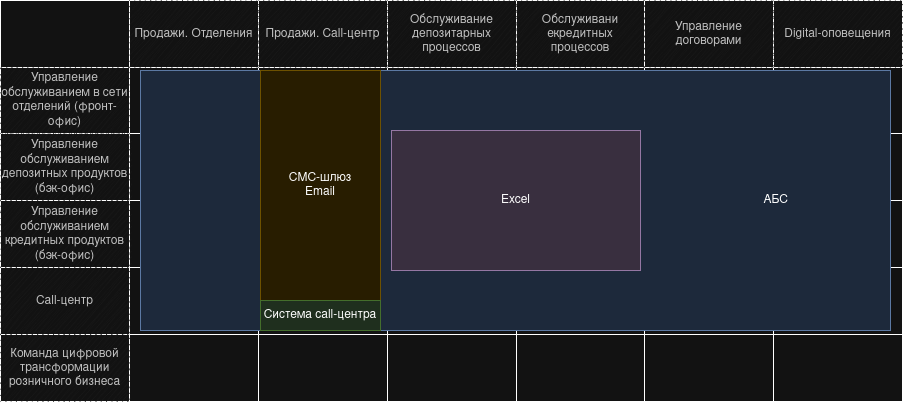
Earlier version of the draw.io export Exc1/it_landscape_map.drawio.png (frolmr/architecture-sprint-9). Source tidied: cells renumbered, new cells last; positions are measured from the earlier drawing's top-left corner, leaving out a move shared by most shapes.
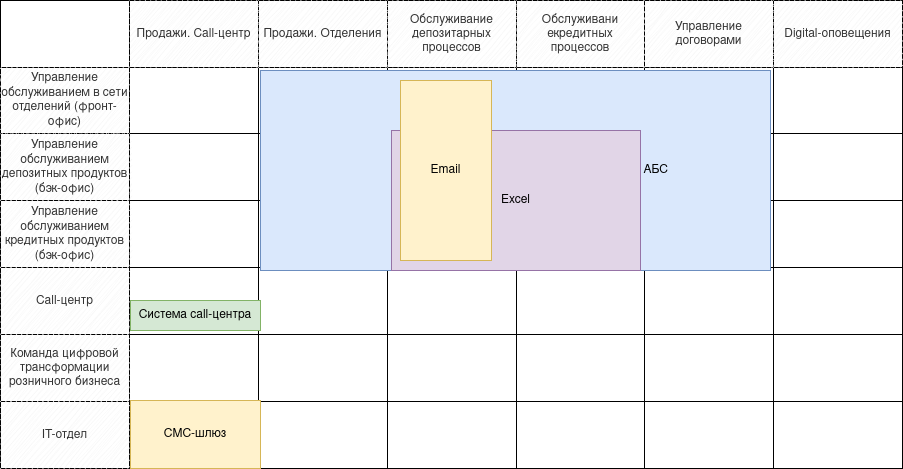
The same diagram one commit later.

Diff of the diagram source:
```diff
@@ -3,7 +3,7 @@
     <mxCell id="0" />
     <mxCell id="1" parent="0" />
     <mxCell id="2" style="shape=table;startSize=0;fontSize=12;align=center;" parent="1" vertex="1">
-      <mxGeometry width="902" height="401" as="geometry" />
+      <mxGeometry width="902" height="468" as="geometry" />
     </mxCell>
     <mxCell id="3" style="shape=tableRow;horizontal=0;startSize=0;swimlaneHead=0;swimlaneBody=0;strokeColor=inherit;top=0;left=0;bottom=0;right=0;fillColor=none;fontSize=12;" parent="2" vertex="1">
       <mxGeometry width="902" height="67" as="geometry" />
@@ -11,10 +11,10 @@
     <mxCell id="4" style="shape=partialRectangle;html=1;whiteSpace=wrap;strokeColor=inherit;overflow=hidden;fillColor=none;top=0;left=0;bottom=0;right=0;fontSize=12;" parent="3" vertex="1">
       <mxGeometry width="129" height="67" as="geometry" />
     </mxCell>
-    <mxCell id="5" value="Продажи. Отделения" style="shape=partialRectangle;html=1;whiteSpace=wrap;strokeColor=#666666;overflow=hidden;fillColor=#f5f5f5;top=0;left=0;bottom=0;right=0;fontSize=12;fontColor=#333333;sketch=1;curveFitting=1;jiggle=2;" parent="3" vertex="1">
+    <mxCell id="5" value="&lt;div&gt;Продажи. Call-центр&lt;/div&gt;" style="shape=partialRectangle;html=1;whiteSpace=wrap;strokeColor=#666666;overflow=hidden;fillColor=#f5f5f5;top=0;left=0;bottom=0;right=0;fontSize=12;fontColor=#333333;sketch=1;curveFitting=1;jiggle=2;" parent="3" vertex="1">
       <mxGeometry x="129" width="129" height="67" as="geometry" />
     </mxCell>
-    <mxCell id="6" value="Продажи. Call-центр" style="shape=partialRectangle;html=1;whiteSpace=wrap;strokeColor=#666666;overflow=hidden;fillColor=#f5f5f5;top=0;left=0;bottom=0;right=0;fontSize=12;fontColor=#333333;sketch=1;curveFitting=1;jiggle=2;" parent="3" vertex="1">
+    <mxCell id="6" value="Продажи. Отделения" style="shape=partialRectangle;html=1;whiteSpace=wrap;strokeColor=#666666;overflow=hidden;fillColor=#f5f5f5;top=0;left=0;bottom=0;right=0;fontSize=12;fontColor=#333333;sketch=1;curveFitting=1;jiggle=2;" parent="3" vertex="1">
       <mxGeometry x="258" width="129" height="67" as="geometry" />
     </mxCell>
     <mxCell id="7" value="Обслуживание депозитарных процессов" style="shape=partialRectangle;html=1;whiteSpace=wrap;strokeColor=#666666;overflow=hidden;fillColor=#f5f5f5;top=0;left=0;bottom=0;right=0;fontSize=12;fontColor=#333333;sketch=1;curveFitting=1;jiggle=2;" parent="3" vertex="1">
@@ -149,17 +149,44 @@
     <mxCell id="50" style="shape=partialRectangle;html=1;whiteSpace=wrap;strokeColor=inherit;overflow=hidden;fillColor=none;top=0;left=0;bottom=0;right=0;fontSize=12;" parent="43" vertex="1">
       <mxGeometry x="773" width="129" height="67" as="geometry" />
     </mxCell>
+    <mxCell id="55" style="shape=tableRow;horizontal=0;startSize=0;swimlaneHead=0;swimlaneBody=0;strokeColor=inherit;top=0;left=0;bottom=0;right=0;fillColor=none;fontSize=12;" parent="2" vertex="1">
+      <mxGeometry y="401" width="902" height="67" as="geometry" />
+    </mxCell>
+    <mxCell id="56" value="IT-отдел" style="shape=partialRectangle;html=1;whiteSpace=wrap;strokeColor=#666666;overflow=hidden;fillColor=#f5f5f5;top=0;left=0;bottom=0;right=0;fontSize=12;fontColor=#333333;sketch=1;curveFitting=1;jiggle=2;" parent="55" vertex="1">
+      <mxGeometry width="129" height="67" as="geometry" />
+    </mxCell>
+    <mxCell id="57" style="shape=partialRectangle;html=1;whiteSpace=wrap;strokeColor=inherit;overflow=hidden;fillColor=none;top=0;left=0;bottom=0;right=0;fontSize=12;" parent="55" vertex="1">
+      <mxGeometry x="129" width="129" height="67" as="geometry" />
+    </mxCell>
+    <mxCell id="58" style="shape=partialRectangle;html=1;whiteSpace=wrap;strokeColor=inherit;overflow=hidden;fillColor=none;top=0;left=0;bottom=0;right=0;fontSize=12;" parent="55" vertex="1">
+      <mxGeometry x="258" width="129" height="67" as="geometry" />
+    </mxCell>
+    <mxCell id="59" style="shape=partialRectangle;html=1;whiteSpace=wrap;strokeColor=inherit;overflow=hidden;fillColor=none;top=0;left=0;bottom=0;right=0;fontSize=12;" parent="55" vertex="1">
+      <mxGeometry x="387" width="129" height="67" as="geometry" />
+    </mxCell>
+    <mxCell id="60" style="shape=partialRectangle;html=1;whiteSpace=wrap;strokeColor=inherit;overflow=hidden;fillColor=none;top=0;left=0;bottom=0;right=0;fontSize=12;" parent="55" vertex="1">
+      <mxGeometry x="516" width="128" height="67" as="geometry" />
+    </mxCell>
+    <mxCell id="61" style="shape=partialRectangle;html=1;whiteSpace=wrap;strokeColor=inherit;overflow=hidden;fillColor=none;top=0;left=0;bottom=0;right=0;fontSize=12;" parent="55" vertex="1">
+      <mxGeometry x="644" width="129" height="67" as="geometry" />
+    </mxCell>
+    <mxCell id="62" style="shape=partialRectangle;html=1;whiteSpace=wrap;strokeColor=inherit;overflow=hidden;fillColor=none;top=0;left=0;bottom=0;right=0;fontSize=12;" parent="55" vertex="1">
+      <mxGeometry x="773" width="129" height="67" as="geometry" />
+    </mxCell>
     <mxCell id="51" value="АБС" style="rounded=0;whiteSpace=wrap;html=1;fillColor=#dae8fc;strokeColor=#6c8ebf;align=right;spacingRight=100;" parent="1" vertex="1">
-      <mxGeometry x="140" y="70" width="750" height="260" as="geometry" />
+      <mxGeometry x="260" y="70" width="510" height="200" as="geometry" />
     </mxCell>
-    <mxCell id="52" value="&lt;div&gt;СМС-шлюз&lt;/div&gt;Email" style="rounded=0;whiteSpace=wrap;html=1;fillColor=#fff2cc;strokeColor=#d6b656;" parent="1" vertex="1">
-      <mxGeometry x="260" y="70" width="120" height="230" as="geometry" />
+    <mxCell id="52" value="&lt;div&gt;СМС-шлюз&lt;/div&gt;" style="rounded=0;whiteSpace=wrap;html=1;fillColor=#fff2cc;strokeColor=#d6b656;" parent="1" vertex="1">
+      <mxGeometry x="130" y="400" width="130" height="68" as="geometry" />
     </mxCell>
     <mxCell id="53" value="Система call-центра" style="rounded=0;whiteSpace=wrap;html=1;fillColor=#d5e8d4;strokeColor=#82b366;" parent="1" vertex="1">
-      <mxGeometry x="260" y="300" width="120" height="30" as="geometry" />
+      <mxGeometry x="130" y="300" width="130" height="30" as="geometry" />
     </mxCell>
     <mxCell id="54" value="Excel" style="rounded=0;whiteSpace=wrap;html=1;fillColor=#e1d5e7;strokeColor=#9673a6;" parent="1" vertex="1">
       <mxGeometry x="391" y="130" width="249" height="140" as="geometry" />
     </mxCell>
+    <mxCell id="63" value="Email" style="rounded=0;whiteSpace=wrap;html=1;fillColor=#fff2cc;strokeColor=#d6b656;" parent="1" vertex="1">
+      <mxGeometry x="400" y="80" width="91" height="180" as="geometry" />
+    </mxCell>
   </root>
 </mxGraphModel>
```
